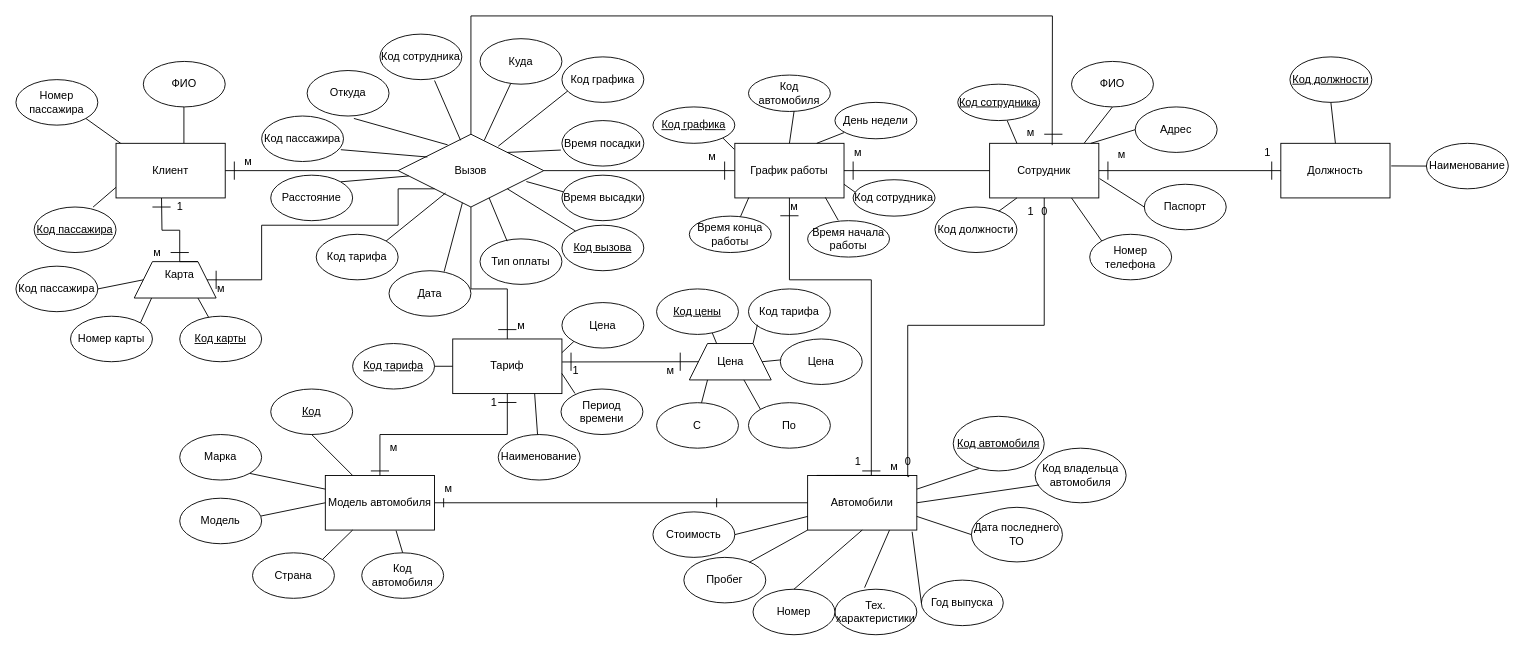
This is Цыпандин_Алексей_К3139/lab_2/taxi_service.drawio from marinagovorova/DATABASES_ICT_2-3s_2022-2023_2023-2024, a draw.io file, before an edit. Source tidied: cells renumbered, new cells numbered last; positions are measured from the earlier drawing's top-left corner, leaving out a move shared by most shapes. Both pictures are drawn from the tidied source at 91%, with x=0, y=0 at pixel (15, 15).
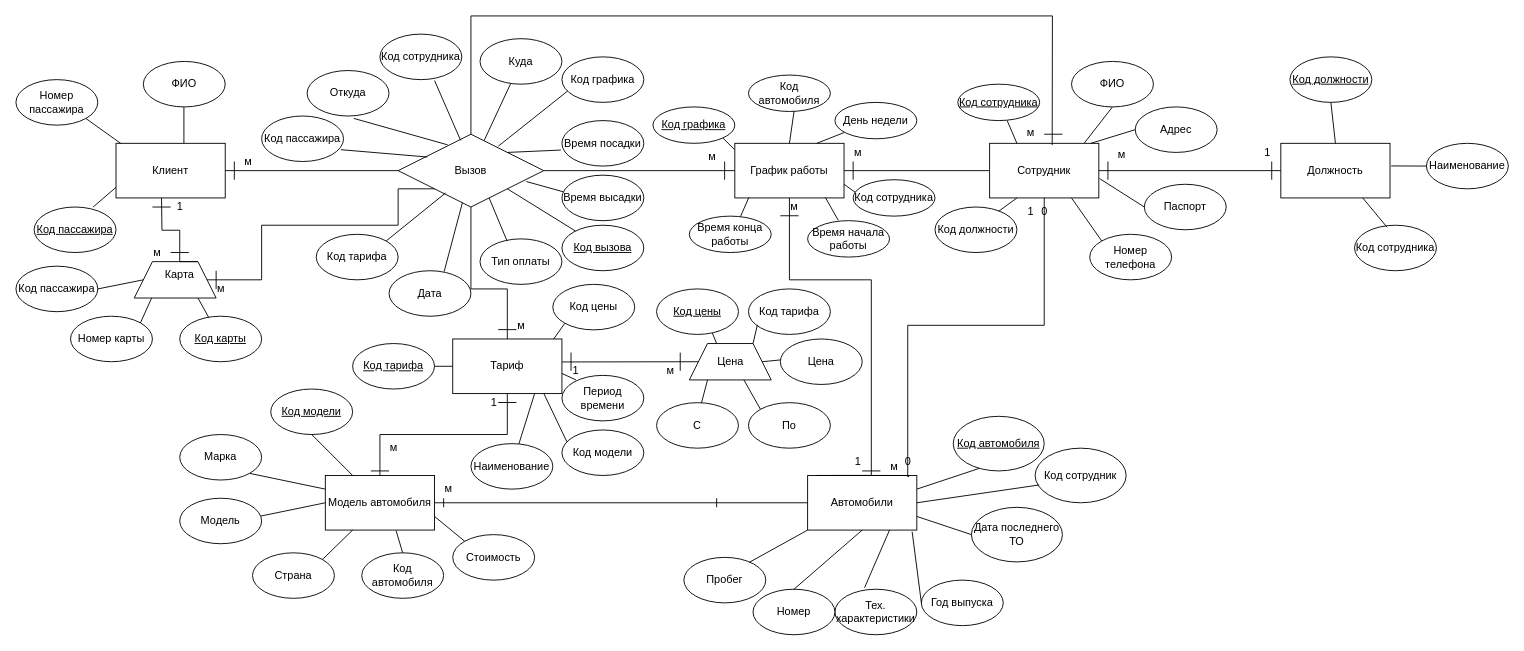
Above is the later version.

Unchanged cells that the change refers to:
```xml
<mxCell id="2" value="Автомобили" style="rounded=0;whiteSpace=wrap;html=1;" parent="1" vertex="1">
  <mxGeometry x="870" y="505" width="120" height="60" as="geometry" />
</mxCell>
<mxCell id="4" value="Вызов" style="rhombus;whiteSpace=wrap;html=1;" parent="1" vertex="1">
  <mxGeometry x="420" y="130" width="160" height="80" as="geometry" />
</mxCell>
<mxCell id="49" value="Модель автомобиля" style="rounded=0;whiteSpace=wrap;html=1;" parent="1" vertex="1">
  <mxGeometry x="340" y="505" width="120" height="60" as="geometry" />
</mxCell>
<mxCell id="57" value="Тариф" style="rounded=0;whiteSpace=wrap;html=1;" parent="1" vertex="1">
  <mxGeometry x="480" y="355" width="120" height="60" as="geometry" />
</mxCell>
<mxCell id="66" value="Должность" style="rounded=0;whiteSpace=wrap;html=1;" parent="1" vertex="1">
  <mxGeometry x="1390" y="140" width="120" height="60" as="geometry" />
</mxCell>
```

The edit, as a diff of the source:
```diff
@@
     <mxCell id="10" value="Стоимость" style="ellipse;whiteSpace=wrap;html=1;" parent="1" vertex="1">
-      <mxGeometry x="700" y="545" width="90" height="50" as="geometry" />
+      <mxGeometry x="480" y="570" width="90" height="50" as="geometry" />
     </mxCell>
@@
-    <mxCell id="17" style="endArrow=none;html=1;rounded=0;entryX=1;entryY=0.5;entryDx=0;entryDy=0;exitX=0;exitY=0.75;exitDx=0;exitDy=0;" parent="1" edge="1" source="2" target="10">
+    <mxCell id="17" style="endArrow=none;html=1;rounded=0;entryX=1;entryY=0.75;entryDx=0;entryDy=0;exitX=0;exitY=0;exitDx=0;exitDy=0;" parent="1" edge="1" source="10" target="49">
       <mxGeometry relative="1" as="geometry" />
     </mxCell>
@@
-    <mxCell id="23" style="endArrow=none;html=1;rounded=0;exitX=1;exitY=0;exitDx=0;exitDy=0;" parent="1" edge="1" source="36" target="4">
-      <mxGeometry relative="1" as="geometry" />
-    </mxCell>
@@
-    <mxCell id="36" value="Расстояние" style="ellipse;whiteSpace=wrap;html=1;" parent="1" vertex="1">
-      <mxGeometry x="280" y="175" width="90" height="50" as="geometry" />
-    </mxCell>
@@
-    <mxCell id="52" value="&lt;u&gt;Код&lt;/u&gt;" style="ellipse;whiteSpace=wrap;html=1;" parent="1" vertex="1">
+    <mxCell id="52" value="&lt;u&gt;Код модели&lt;br&gt;&lt;/u&gt;" style="ellipse;whiteSpace=wrap;html=1;" parent="1" vertex="1">
       <mxGeometry x="280" y="410" width="90" height="50" as="geometry" />
     </mxCell>
@@
     <mxCell id="58" value="Наименование" style="ellipse;whiteSpace=wrap;html=1;" parent="1" vertex="1">
-      <mxGeometry x="530" y="460" width="90" height="50" as="geometry" />
+      <mxGeometry x="500" y="470" width="90" height="50" as="geometry" />
     </mxCell>
@@
-    <mxCell id="64" value="Цена" style="ellipse;whiteSpace=wrap;html=1;" parent="1" vertex="1">
-      <mxGeometry x="600" y="315" width="90" height="50" as="geometry" />
+    <mxCell id="64" value="Код цены" style="ellipse;whiteSpace=wrap;html=1;" parent="1" vertex="1">
+      <mxGeometry x="590" y="295" width="90" height="50" as="geometry" />
     </mxCell>
-    <mxCell id="65" style="endArrow=none;html=1;rounded=0;entryX=0;entryY=1;entryDx=0;entryDy=0;exitX=1;exitY=0.25;exitDx=0;exitDy=0;" parent="1" edge="1" source="57" target="64">
+    <mxCell id="65" style="endArrow=none;html=1;rounded=0;entryX=0;entryY=1;entryDx=0;entryDy=0;exitX=0.924;exitY=0.002;exitDx=0;exitDy=0;exitPerimeter=0;" parent="1" edge="1" source="57" target="64">
       <mxGeometry relative="1" as="geometry" />
     </mxCell>
@@
-    <mxCell id="82" value="Код владельца автомобиля" style="ellipse;whiteSpace=wrap;html=1;" parent="1" vertex="1">
+    <mxCell id="82" value="Код сотрудник" style="ellipse;whiteSpace=wrap;html=1;" parent="1" vertex="1">
       <mxGeometry x="1120" y="475" width="100" height="60" as="geometry" />
     </mxCell>
@@
     <mxCell id="94" value="Период времени" style="ellipse;whiteSpace=wrap;html=1;" parent="1" vertex="1">
-      <mxGeometry x="599" y="410" width="90" height="50" as="geometry" />
+      <mxGeometry x="600" y="395" width="90" height="50" as="geometry" />
     </mxCell>
@@
+    <mxCell id="177" value="Код модели" style="ellipse;whiteSpace=wrap;html=1;" parent="1" vertex="1">
+      <mxGeometry x="600" y="455" width="90" height="50" as="geometry" />
+    </mxCell>
+    <mxCell id="178" style="endArrow=none;html=1;rounded=0;exitX=0.835;exitY=1.002;exitDx=0;exitDy=0;exitPerimeter=0;entryX=0.061;entryY=0.261;entryDx=0;entryDy=0;entryPerimeter=0;" parent="1" edge="1" source="57" target="177">
+      <mxGeometry relative="1" as="geometry" />
+    </mxCell>
+    <mxCell id="179" value="Код сотрудника" style="ellipse;whiteSpace=wrap;html=1;" parent="1" vertex="1">
+      <mxGeometry x="1471" y="230" width="90" height="50" as="geometry" />
+    </mxCell>
+    <mxCell id="180" style="endArrow=none;html=1;rounded=0;entryX=0.397;entryY=0.044;entryDx=0;entryDy=0;exitX=0.75;exitY=1;exitDx=0;exitDy=0;entryPerimeter=0;" parent="1" edge="1" source="66" target="179">
+      <mxGeometry relative="1" as="geometry" />
+    </mxCell>
```
